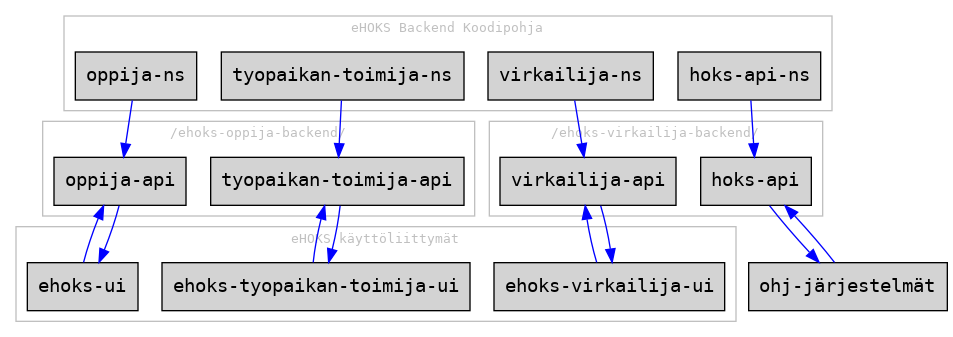
The Graphviz diagram doc/infrastructure.png in Opetushallitus/ehoks, before a commit. Its source is kept beside it as doc/infrastructure.dot. Source of this version:
```dot
digraph{
  graph [fontname = "monospace", fontsize="10", color="grey", fontcolor="grey"];
  node [fontname = "monospace", shape="box", style="filled"];
  edge [fontname = "monospace", color="blue", fontcolor="blue",fontsize="10"];

  subgraph clusterKoodipohja {
    label="eHOKS Backend Koodipohja"
    "virkailija-ns"
    "oppija-ns"
    "tyopaikan-toimija-ns"
    "hoks-api-ns"
  }

  subgraph clusterVirkailijaApi {
    label="/ehoks-virkailija-backend/"
    "virkailija-api"
    "virkailija-ns"
    "hoks-api"
  }

  subgraph clusterJulkinenApi {
    label="/ehoks-oppija-backend/"
    "oppija-api"
    "tyopaikan-toimija-api"
  }

  subgraph clusterEhoksUI {
   label="eHOKS käyttöliittymät"
   "ehoks-ui"
   "ehoks-virkailija-ui"
   "ehoks-tyopaikan-toimija-ui"
  }

  "virkailija-ns" -> "virkailija-api"
  "oppija-ns" -> "oppija-api"
  "tyopaikan-toimija-ns" -> "tyopaikan-toimija-api"
  "hoks-api-ns" -> "hoks-api"


  "hoks-api" -> "ohj-järjestelmät"
  "ohj-järjestelmät" -> "hoks-api"
  "oppija-api" -> "ehoks-ui"
  "ehoks-ui" -> "oppija-api"
  "virkailija-api" -> "ehoks-virkailija-ui"
  "ehoks-virkailija-ui" -> "virkailija-api"
  "tyopaikan-toimija-api" -> "ehoks-tyopaikan-toimija-ui"
  "ehoks-tyopaikan-toimija-ui" -> "tyopaikan-toimija-api"
/*
  "user" -> "app"
  "app" -> "provider-backend"
  "provider-backend" -> "public-api"[label="x-auth-token=API_KEY"]
  "public-api" -> "state-service" [label=" get thing\nlocation"]
  "public-api" -> "resource-service" [label=" get user,"]
  "resource-service" -> "RDS" [dir="both", label="read/write\nnon-transient\nresources"]
  "koodipohja" -> "admin-gui"[label="manage users"]
  "koodipohja" -> "provider-developer"[label="issue api key"]
  "admin-gui" -> "admin-api"
  "admin-api" -> "resource-service"[label="add users"]
  "IOT Gateway" -> "Kinesis"
  "Kinesis" -> "DynamoDB" [label="upsert \nthing state"]
  "state-service" -> "DynamoDB" [label="read \nthing state"]
  "thing" -> "IOT Gateway" [ label="thing\ntelematics\nstream" ]
*/
}
```
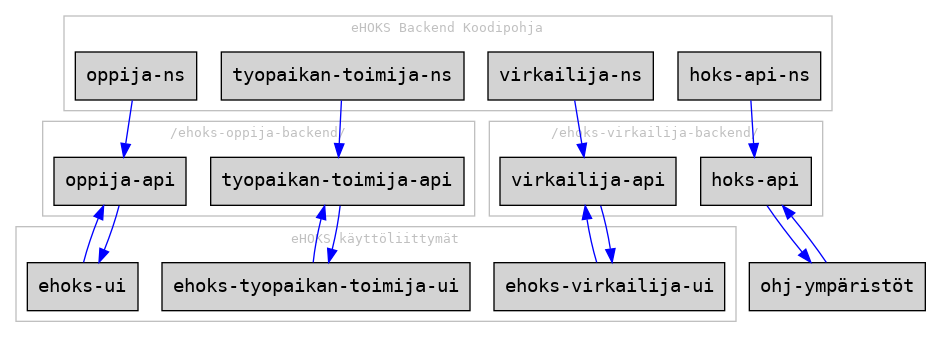
The same diagram one commit later.

Change to the diagram source:
```diff
@@ -37,28 +37,12 @@
   "hoks-api-ns" -> "hoks-api"
 
 
-  "hoks-api" -> "ohj-järjestelmät"
-  "ohj-järjestelmät" -> "hoks-api"
+  "hoks-api" -> "ohj-ympäristöt"
+  "ohj-ympäristöt" -> "hoks-api"
   "oppija-api" -> "ehoks-ui"
   "ehoks-ui" -> "oppija-api"
   "virkailija-api" -> "ehoks-virkailija-ui"
   "ehoks-virkailija-ui" -> "virkailija-api"
   "tyopaikan-toimija-api" -> "ehoks-tyopaikan-toimija-ui"
   "ehoks-tyopaikan-toimija-ui" -> "tyopaikan-toimija-api"
-/*
-  "user" -> "app"
-  "app" -> "provider-backend"
-  "provider-backend" -> "public-api"[label="x-auth-token=API_KEY"]
-  "public-api" -> "state-service" [label=" get thing\nlocation"]
-  "public-api" -> "resource-service" [label=" get user,"]
-  "resource-service" -> "RDS" [dir="both", label="read/write\nnon-transient\nresources"]
-  "koodipohja" -> "admin-gui"[label="manage users"]
-  "koodipohja" -> "provider-developer"[label="issue api key"]
-  "admin-gui" -> "admin-api"
-  "admin-api" -> "resource-service"[label="add users"]
-  "IOT Gateway" -> "Kinesis"
-  "Kinesis" -> "DynamoDB" [label="upsert \nthing state"]
-  "state-service" -> "DynamoDB" [label="read \nthing state"]
-  "thing" -> "IOT Gateway" [ label="thing\ntelematics\nstream" ]
-*/
 }
```
